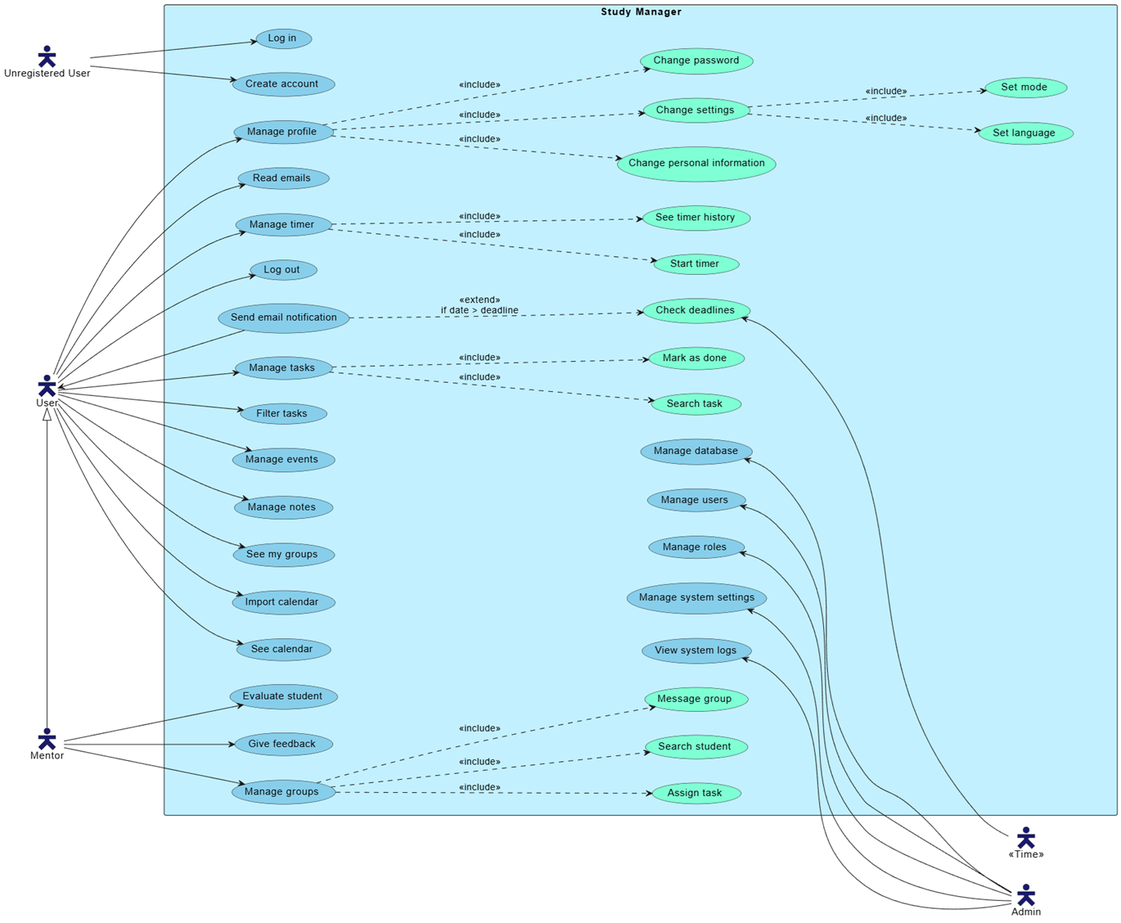
This is docs/analysis/diagrams/use-case.png from pb138-study-manager/pb138, a PlantUML export, as it was before one commit. Its source is kept beside it as docs/analysis/diagrams/use-case.puml. Source of this version:
```plantuml
@startuml Study Manager

!pragma ratio 0.80

left to right direction

skinparam UsecaseBackgroundColor SkyBlue
skinparam RectangleBackgroundColor APPLICATION
skinparam ActorBackgroundColor MidnightBlue
skinparam ActorStyle Hollow

actor "Unregistered User" as unregisteredUser
actor "User" as user
actor "Mentor" as mentor
actor "Admin" as admin
actor "<<Time>>" as time

rectangle "Study Manager" as studyManager {
    usecase "Create account" as createAccount
    usecase "Log in" as logIn

    usecase "Manage tasks" as manageTask
    usecase "Mark as done" as markDone
    usecase "Filter tasks" as filter

    usecase "Manage events" as manageEvent

    usecase "Change personal information" as changePersonalInfo
    usecase "Change password" as changePassword
    usecase "Change settings" as settings
    usecase "Set mode" as setMode #aquamarine

    usecase "Manage notes" as manageNotes
    usecase "See my groups" as seeGroups
    usecase "Read emails" as readEmails
    usecase "Log out" as logOut


    usecase "Manage groups" as manageGroup
    usecase "Assign task" as assignTask
    usecase "Search student" as searchStudent
    usecase "Evaluate task" as evaluateTask

    usecase "Check deadlines" as checkDeadlines
    usecase "Send email notification" as sendNotification #aquamarine
    usecase "Manage users" as manageUsers
    usecase "Manage roles" as manageRoles
    usecase "Manage system settings" as manageSystemSettings
    usecase "View system logs" as viewLogs
    usecase "Manage database" as manageDatabase
}

mentor -[norank]-|> user

settings <.. setMode : <<extend>>
sendNotification <.. checkDeadlines : <<include>>

unregisteredUser --> createAccount
unregisteredUser --> logIn

user --> manageTask
user --> markDone
user --> filter

user --> manageEvent

user --> changePersonalInfo
user --> changePassword
user --> settings

user --> manageNotes
user --> seeGroups
user --> readEmails
user --> logOut
sendNotification --> user

mentor --> manageGroup
mentor --> assignTask
mentor --> searchStudent
mentor --> evaluateTask

checkDeadlines <-- time
manageUsers <-- admin
manageRoles <-- admin
manageSystemSettings <-- admin
viewLogs <-- admin
manageDatabase <-- admin

logIn <-[hidden]- viewLogs
logIn <-[hidden]- manageUsers
logIn <-[hidden]- manageRoles
logIn <-[hidden]- manageSystemSettings
logIn <-[hidden]- manageDatabase

@enduml
```
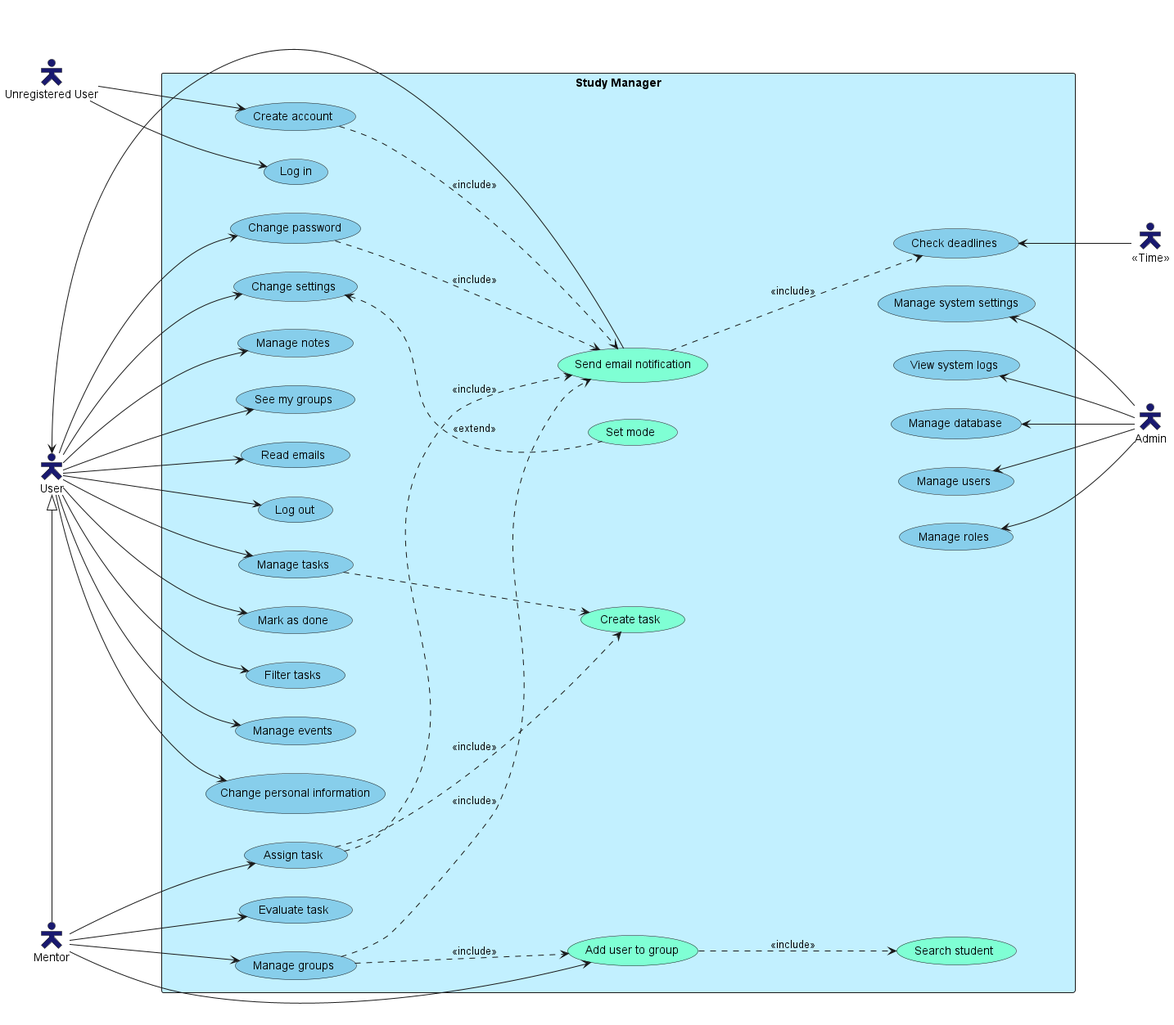
The same diagram one commit later.

Commit message:
change: update use case diagram

What changed in the source:
```diff
@@ -22,6 +22,7 @@
     usecase "Manage tasks" as manageTask
     usecase "Mark as done" as markDone
     usecase "Filter tasks" as filter
+    usecase "Create task" as createTask #aquamarine
 
     usecase "Manage events" as manageEvent
 
@@ -37,8 +38,9 @@
 
 
     usecase "Manage groups" as manageGroup
+    usecase "Add user to group" as addUserToGroup #aquamarine
     usecase "Assign task" as assignTask
-    usecase "Search student" as searchStudent
+    usecase "Search student" as searchUser #aquamarine
     usecase "Evaluate task" as evaluateTask
 
     usecase "Check deadlines" as checkDeadlines
@@ -53,7 +55,15 @@
 mentor -[norank]-|> user
 
 settings <.. setMode : <<extend>>
-sendNotification <.. checkDeadlines : <<include>>
+sendNotification ..> checkDeadlines : <<include>>
+createAccount ..> sendNotification : <<include>>
+changePassword ..> sendNotification : <<include>>
+manageGroup ..> sendNotification : <<include>>
+assignTask ..> sendNotification : <<include>>
+manageGroup ..> addUserToGroup : <<include>>
+addUserToGroup ..> searchUser : <<include>>
+assignTask ..> createTask : <<include>>
+manageTask ..> createTask
 
 unregisteredUser --> createAccount
 unregisteredUser --> logIn
@@ -75,8 +85,8 @@
 sendNotification --> user
 
 mentor --> manageGroup
+mentor --> addUserToGroup
 mentor --> assignTask
-mentor --> searchStudent
 mentor --> evaluateTask
 
 checkDeadlines <-- time
@@ -86,10 +96,12 @@
 viewLogs <-- admin
 manageDatabase <-- admin
 
-logIn <-[hidden]- viewLogs
-logIn <-[hidden]- manageUsers
-logIn <-[hidden]- manageRoles
-logIn <-[hidden]- manageSystemSettings
-logIn <-[hidden]- manageDatabase
+sendNotification <-[hidden]- viewLogs
+sendNotification <-[hidden]- manageUsers
+sendNotification <-[hidden]- manageRoles
+sendNotification <-[hidden]- manageSystemSettings
+sendNotification <-[hidden]- manageDatabase
+seeGroups <-[hidden]- sendNotification
+manageGroup <-[hidden]- manageRoles
 
 @enduml
```
